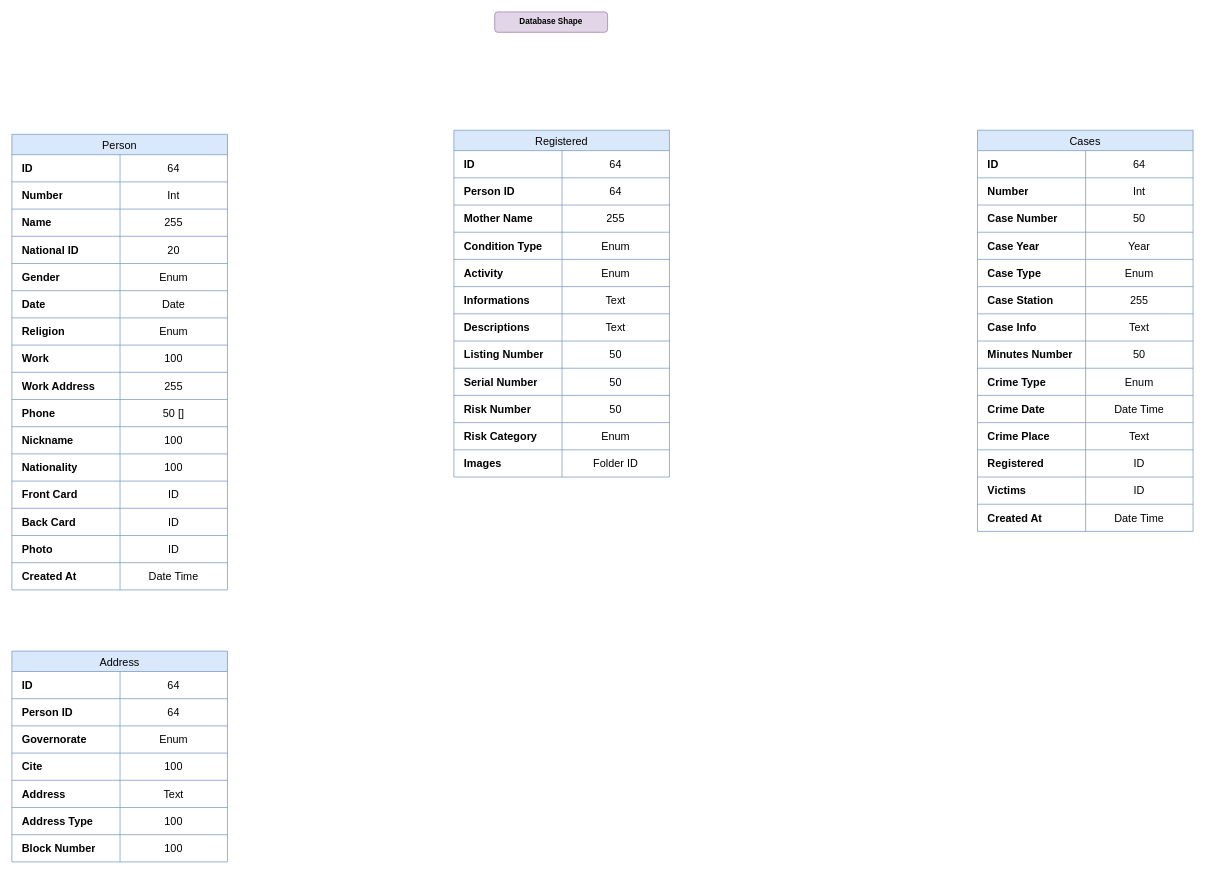
JS-Developer-HM/draft0 keeps this draw.io diagram as archive.drawio. Above is the earlier version. Source tidied: cells renumbered, new cells numbered last; positions are measured from the earlier drawing's top-left corner, leaving out a move shared by most shapes. Both pictures are drawn from the tidied source at 68%, with x=0, y=0 at pixel (12, 12).
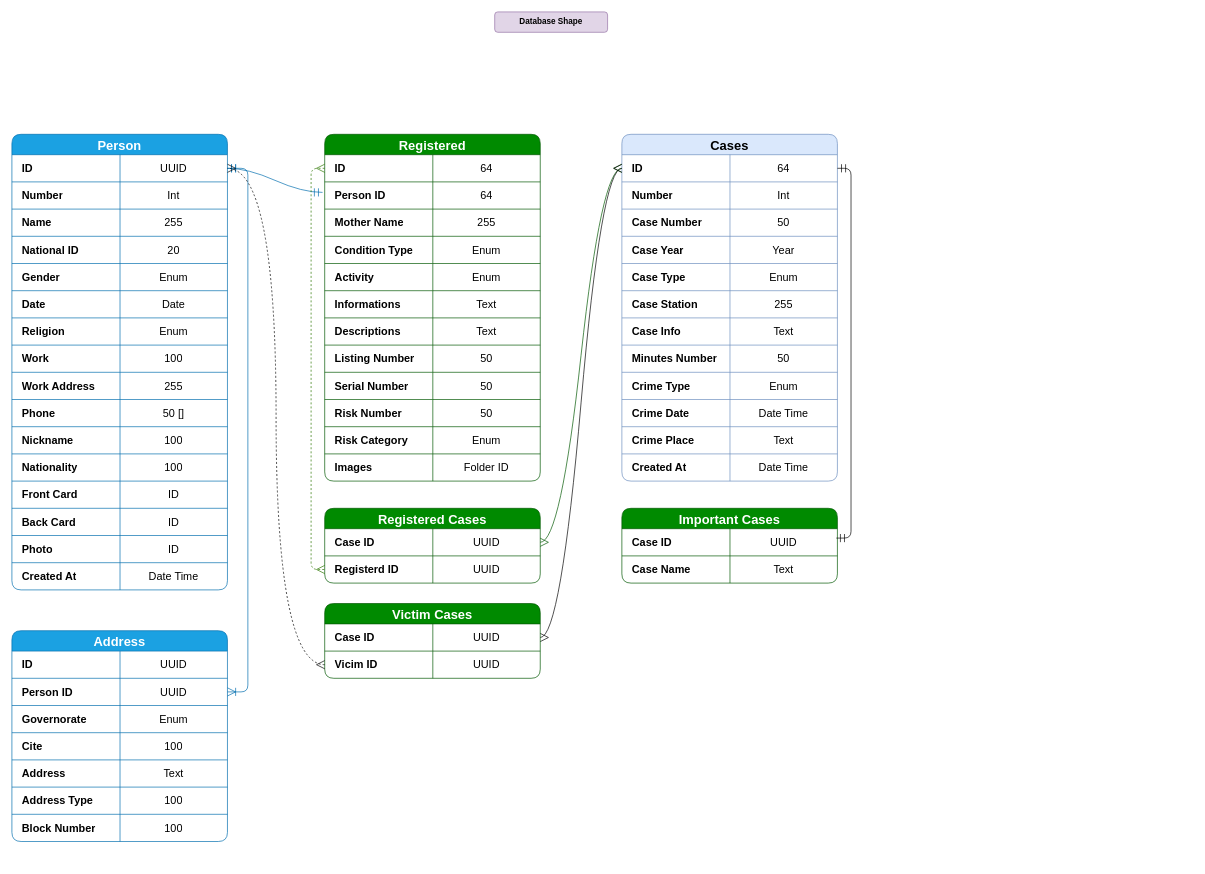
Above is the later version.

The change refers to these unchanged cells:
```xml
<mxCell id="4" style="shape=tableRow;horizontal=0;startSize=0;swimlaneHead=0;swimlaneBody=0;strokeColor=inherit;top=0;left=0;bottom=0;right=0;fillColor=none;points=[[0,0.5],[1,0.5]];portConstraint=eastwest;fontSize=16;shadow=0;" parent="3" vertex="1">
  <mxGeometry y="30" width="317" height="40" as="geometry" />
</mxCell>
<mxCell id="53" style="shape=tableRow;horizontal=0;startSize=0;swimlaneHead=0;swimlaneBody=0;strokeColor=inherit;top=0;left=0;bottom=0;right=0;fillColor=none;points=[[0,0.5],[1,0.5]];portConstraint=eastwest;fontSize=16;shadow=0;" parent="52" vertex="1">
  <mxGeometry y="30" width="317" height="40" as="geometry" />
</mxCell>
<mxCell id="56" style="shape=tableRow;horizontal=0;startSize=0;swimlaneHead=0;swimlaneBody=0;strokeColor=inherit;top=0;left=0;bottom=0;right=0;fillColor=none;points=[[0,0.5],[1,0.5]];portConstraint=eastwest;fontSize=16;shadow=0;" parent="52" vertex="1">
  <mxGeometry y="70" width="317" height="40" as="geometry" />
</mxCell>
<mxCell id="90" style="shape=tableRow;horizontal=0;startSize=0;swimlaneHead=0;swimlaneBody=0;strokeColor=inherit;top=0;left=0;bottom=0;right=0;fillColor=none;points=[[0,0.5],[1,0.5]];portConstraint=eastwest;fontSize=16;shadow=0;" parent="89" vertex="1">
  <mxGeometry y="30" width="317" height="40" as="geometry" />
</mxCell>
<mxCell id="133" style="shape=tableRow;horizontal=0;startSize=0;swimlaneHead=0;swimlaneBody=0;strokeColor=inherit;top=0;left=0;bottom=0;right=0;fillColor=none;fontSize=16;shadow=0;" parent="132" vertex="1">
  <mxGeometry y="30" width="317" height="40" as="geometry" />
</mxCell>
<mxCell id="136" style="shape=tableRow;horizontal=0;startSize=0;swimlaneHead=0;swimlaneBody=0;strokeColor=inherit;top=0;left=0;bottom=0;right=0;fillColor=none;points=[[0,0.5],[1,0.5]];portConstraint=eastwest;fontSize=16;shadow=0;" parent="132" vertex="1">
  <mxGeometry y="70" width="317" height="40" as="geometry" />
</mxCell>
```

Change to the diagram source:
```diff
@@
-    <mxCell id="3" value="Person" style="shape=table;startSize=30;childLayout=tableLayout;strokeColor=#6c8ebf;fontSize=16;fillColor=#dae8fc;" parent="1" vertex="1">
+    <mxCell id="3" value="Person" style="shape=table;startSize=30;childLayout=tableLayout;strokeColor=#006EAF;fontSize=19;fillColor=#1ba1e2;fontColor=light-dark(#FFFFFF,#FCFCFC);fontStyle=1;rounded=1;" parent="1" vertex="1">
       <mxGeometry y="180" width="317" height="670" as="geometry" />
     </mxCell>
@@
-    <mxCell id="6" value="64" style="shape=partialRectangle;html=1;whiteSpace=wrap;strokeColor=inherit;overflow=hidden;fillColor=none;top=0;left=0;bottom=0;right=0;fontSize=16;shadow=0;" parent="4" vertex="1">
+    <mxCell id="6" value="UUID" style="shape=partialRectangle;html=1;whiteSpace=wrap;strokeColor=inherit;overflow=hidden;fillColor=none;top=0;left=0;bottom=0;right=0;fontSize=16;shadow=0;" parent="4" vertex="1">
       <mxGeometry x="159" width="158" height="40" as="geometry" />
     </mxCell>
@@
-    <mxCell id="52" value="Registered" style="shape=table;startSize=30;childLayout=tableLayout;strokeColor=#6c8ebf;fontSize=16;fillColor=#dae8fc;" parent="1" vertex="1">
-      <mxGeometry x="650" y="174" width="317" height="510" as="geometry" />
+    <mxCell id="52" value="Registered" style="shape=table;startSize=30;childLayout=tableLayout;fontSize=19;fillStyle=auto;rounded=1;shadow=0;swimlaneLine=1;fillColor=#008a00;fontColor=light-dark(#FFFFFF,#FCFCFC);strokeColor=#005700;fontStyle=1;" parent="1" vertex="1">
+      <mxGeometry x="460" y="180" width="317" height="510" as="geometry" />
     </mxCell>
@@
-    <mxCell id="89" value="Cases" style="shape=table;startSize=30;childLayout=tableLayout;strokeColor=#6c8ebf;fontSize=16;fillColor=#dae8fc;" parent="1" vertex="1">
-      <mxGeometry x="1420" y="174" width="317" height="590" as="geometry" />
+    <mxCell id="89" value="Cases" style="shape=table;startSize=30;childLayout=tableLayout;strokeColor=light-dark(#6C8EBF,#FFB366);fontSize=19;fillColor=light-dark(#DAE8FC,#FFB366);rounded=1;fontStyle=1;" parent="1" vertex="1">
+      <mxGeometry x="897" y="180" width="317" height="510" as="geometry" />
     </mxCell>
@@
-    <mxCell id="123" style="shape=tableRow;horizontal=0;startSize=0;swimlaneHead=0;swimlaneBody=0;strokeColor=inherit;top=0;left=0;bottom=0;right=0;fillColor=none;fontSize=16;shadow=0;" parent="89" vertex="1">
-      <mxGeometry y="470" width="317" height="40" as="geometry" />
-    </mxCell>
-    <mxCell id="124" value="Registered" style="shape=partialRectangle;html=1;strokeColor=inherit;overflow=hidden;fillColor=none;top=0;left=0;bottom=0;right=0;fontSize=16;shadow=0;fontStyle=1;fontColor=light-dark(#000000,#CCCCFF);align=left;verticalAlign=middle;labelBackgroundColor=none;labelBorderColor=none;textShadow=0;whiteSpace=wrap;spacingTop=0;spacing=2;spacingLeft=13;" parent="123" vertex="1">
-      <mxGeometry width="159" height="40" as="geometry" />
-    </mxCell>
-    <mxCell id="125" value="ID" style="shape=partialRectangle;html=1;whiteSpace=wrap;strokeColor=inherit;overflow=hidden;fillColor=none;top=0;left=0;bottom=0;right=0;fontSize=16;shadow=0;" parent="123" vertex="1">
-      <mxGeometry x="159" width="158" height="40" as="geometry" />
-    </mxCell>
-    <mxCell id="126" style="shape=tableRow;horizontal=0;startSize=0;swimlaneHead=0;swimlaneBody=0;strokeColor=inherit;top=0;left=0;bottom=0;right=0;fillColor=none;fontSize=16;shadow=0;" parent="89" vertex="1">
-      <mxGeometry y="510" width="317" height="40" as="geometry" />
-    </mxCell>
-    <mxCell id="127" value="Victims" style="shape=partialRectangle;html=1;strokeColor=inherit;overflow=hidden;fillColor=none;top=0;left=0;bottom=0;right=0;fontSize=16;shadow=0;fontStyle=1;fontColor=light-dark(#000000,#CCCCFF);align=left;verticalAlign=middle;labelBackgroundColor=none;labelBorderColor=none;textShadow=0;whiteSpace=wrap;spacingTop=0;spacing=2;spacingLeft=13;" parent="126" vertex="1">
-      <mxGeometry width="159" height="40" as="geometry" />
-    </mxCell>
-    <mxCell id="128" value="ID" style="shape=partialRectangle;html=1;whiteSpace=wrap;strokeColor=inherit;overflow=hidden;fillColor=none;top=0;left=0;bottom=0;right=0;fontSize=16;shadow=0;" parent="126" vertex="1">
-      <mxGeometry x="159" width="158" height="40" as="geometry" />
-    </mxCell>
     <mxCell id="129" style="shape=tableRow;horizontal=0;startSize=0;swimlaneHead=0;swimlaneBody=0;strokeColor=inherit;top=0;left=0;bottom=0;right=0;fillColor=none;fontSize=16;shadow=0;" parent="89" vertex="1">
-      <mxGeometry y="550" width="317" height="40" as="geometry" />
+      <mxGeometry y="470" width="317" height="40" as="geometry" />
     </mxCell>
@@
-    <mxCell id="132" value="Address" style="shape=table;startSize=30;childLayout=tableLayout;strokeColor=#6c8ebf;fontSize=16;fillColor=#dae8fc;" parent="1" vertex="1">
-      <mxGeometry y="940" width="317" height="310" as="geometry" />
+    <mxCell id="132" value="Address" style="shape=table;startSize=30;childLayout=tableLayout;strokeColor=#006EAF;fontSize=19;fillColor=#1ba1e2;fontColor=light-dark(#FFFFFF,#FCFCFC);rounded=1;fontStyle=1;" parent="1" vertex="1">
+      <mxGeometry y="910" width="317" height="310" as="geometry" />
     </mxCell>
@@
-    <mxCell id="135" value="64" style="shape=partialRectangle;html=1;whiteSpace=wrap;strokeColor=inherit;overflow=hidden;fillColor=none;top=0;left=0;bottom=0;right=0;fontSize=16;shadow=0;" parent="133" vertex="1">
+    <mxCell id="135" value="UUID" style="shape=partialRectangle;html=1;whiteSpace=wrap;strokeColor=inherit;overflow=hidden;fillColor=none;top=0;left=0;bottom=0;right=0;fontSize=16;shadow=0;" parent="133" vertex="1">
       <mxGeometry x="159" width="158" height="40" as="geometry" />
     </mxCell>
@@
-    <mxCell id="138" value="64" style="shape=partialRectangle;html=1;whiteSpace=wrap;strokeColor=inherit;overflow=hidden;fillColor=none;top=0;left=0;bottom=0;right=0;fontSize=16;shadow=0;" parent="136" vertex="1">
+    <mxCell id="138" value="UUID" style="shape=partialRectangle;html=1;whiteSpace=wrap;strokeColor=inherit;overflow=hidden;fillColor=none;top=0;left=0;bottom=0;right=0;fontSize=16;shadow=0;" parent="136" vertex="1">
       <mxGeometry x="159" width="158" height="40" as="geometry" />
     </mxCell>
@@
+    <mxCell id="154" style="edgeStyle=entityRelationEdgeStyle;fontSize=12;html=1;endArrow=ERoneToMany;startArrow=ERmandOne;rounded=1;entryX=1;entryY=0.5;entryDx=0;entryDy=0;endSize=10;startSize=10;curved=0;fillColor=#1ba1e2;strokeColor=#006EAF;" parent="1" edge="1" source="4" target="136">
+      <mxGeometry relative="1" as="geometry" />
+    </mxCell>
+    <mxCell id="155" style="edgeStyle=entityRelationEdgeStyle;fontSize=12;html=1;endArrow=ERmandOne;startArrow=ERmandOne;rounded=0;entryX=-0.01;entryY=0.386;entryDx=0;entryDy=0;entryPerimeter=0;endSize=10;startSize=10;curved=1;fillColor=#1ba1e2;strokeColor=#006EAF;" parent="1" edge="1" source="4" target="56">
+      <mxGeometry relative="1" as="geometry">
+        <Array as="points">
+          <mxPoint x="380" y="140" />
+        </Array>
+      </mxGeometry>
+    </mxCell>
+    <mxCell id="156" value="Registered Cases" style="shape=table;startSize=30;childLayout=tableLayout;strokeColor=#005700;fontSize=19;fillColor=#008a00;fontColor=light-dark(#FFFFFF,#FCFCFC);rounded=1;fontStyle=1;" parent="1" vertex="1">
+      <mxGeometry x="460" y="730" width="317" height="110" as="geometry" />
+    </mxCell>
+    <mxCell id="157" style="shape=tableRow;horizontal=0;startSize=0;swimlaneHead=0;swimlaneBody=0;strokeColor=inherit;top=0;left=0;bottom=0;right=0;fillColor=none;points=[[0,0.5],[1,0.5]];portConstraint=eastwest;fontSize=16;shadow=0;" parent="156" vertex="1">
+      <mxGeometry y="30" width="317" height="40" as="geometry" />
+    </mxCell>
+    <mxCell id="158" value="&lt;span style=&quot;&quot;&gt;&lt;span&gt;Case ID&lt;/span&gt;&lt;/span&gt;" style="shape=partialRectangle;html=1;strokeColor=inherit;overflow=hidden;fillColor=none;top=0;left=0;bottom=0;right=0;fontSize=16;shadow=0;fontStyle=1;fontColor=light-dark(#000000,#CCCCFF);align=left;verticalAlign=middle;labelBackgroundColor=none;labelBorderColor=none;textShadow=0;whiteSpace=wrap;spacingTop=0;spacing=2;spacingLeft=13;" parent="157" vertex="1">
+      <mxGeometry width="159" height="40" as="geometry" />
+    </mxCell>
+    <mxCell id="159" value="UUID" style="shape=partialRectangle;html=1;whiteSpace=wrap;strokeColor=inherit;overflow=hidden;fillColor=none;top=0;left=0;bottom=0;right=0;fontSize=16;shadow=0;" parent="157" vertex="1">
+      <mxGeometry x="159" width="158" height="40" as="geometry" />
+    </mxCell>
+    <mxCell id="160" style="shape=tableRow;horizontal=0;startSize=0;swimlaneHead=0;swimlaneBody=0;strokeColor=inherit;top=0;left=0;bottom=0;right=0;fillColor=none;points=[[0,0.5],[1,0.5]];portConstraint=eastwest;fontSize=16;shadow=0;" parent="156" vertex="1">
+      <mxGeometry y="70" width="317" height="40" as="geometry" />
+    </mxCell>
+    <mxCell id="161" value="Registerd ID" style="shape=partialRectangle;html=1;strokeColor=inherit;overflow=hidden;fillColor=none;top=0;left=0;bottom=0;right=0;fontSize=16;shadow=0;fontStyle=1;fontColor=light-dark(#000000,#CCCCFF);align=left;verticalAlign=middle;labelBackgroundColor=none;labelBorderColor=none;textShadow=0;whiteSpace=wrap;spacingTop=0;spacing=2;spacingLeft=13;" parent="160" vertex="1">
+      <mxGeometry width="159" height="40" as="geometry" />
+    </mxCell>
+    <mxCell id="162" value="UUID" style="shape=partialRectangle;html=1;whiteSpace=wrap;strokeColor=inherit;overflow=hidden;fillColor=none;top=0;left=0;bottom=0;right=0;fontSize=16;shadow=0;" parent="160" vertex="1">
+      <mxGeometry x="159" width="158" height="40" as="geometry" />
+    </mxCell>
+    <mxCell id="163" style="edgeStyle=entityRelationEdgeStyle;fontSize=12;html=1;endArrow=ERmany;startArrow=ERmany;rounded=0;exitX=1;exitY=0.5;exitDx=0;exitDy=0;endSize=10;startSize=10;curved=1;fillColor=#008a00;strokeColor=light-dark(#005700,#FFB366);" parent="1" edge="1" source="157" target="90">
+      <mxGeometry relative="1" as="geometry">
+        <Array as="points">
+          <mxPoint x="920" y="850" />
+          <mxPoint x="720" y="510" />
+        </Array>
+      </mxGeometry>
+    </mxCell>
+    <mxCell id="164" style="edgeStyle=entityRelationEdgeStyle;fontSize=12;html=1;endArrow=ERmany;startArrow=ERmany;rounded=0;endSize=10;startSize=10;curved=1;exitX=1;exitY=0.5;exitDx=0;exitDy=0;strokeColor=light-dark(#000000,#FFB366);" parent="1" edge="1" source="167" target="90">
+      <mxGeometry relative="1" as="geometry">
+        <Array as="points">
+          <mxPoint x="930" y="860" />
+          <mxPoint x="730" y="520" />
+        </Array>
+      </mxGeometry>
+    </mxCell>
+    <mxCell id="165" style="edgeStyle=orthogonalEdgeStyle;rounded=1;jettySize=auto;html=1;exitX=0;exitY=0.5;exitDx=0;exitDy=0;entryX=0;entryY=0.5;entryDx=0;entryDy=0;endArrow=ERmany;endFill=0;startArrow=ERmany;startFill=0;endSize=10;startSize=10;fillColor=#60a917;strokeColor=#2D7600;curved=0;dashed=1;" parent="1" edge="1" source="53" target="160">
+      <mxGeometry relative="1" as="geometry" />
+    </mxCell>
+    <mxCell id="166" value="Victim Cases" style="shape=table;startSize=30;childLayout=tableLayout;strokeColor=light-dark(#005700,#FF6666);fontSize=19;fillColor=light-dark(#008A00,#FF6666);fontColor=light-dark(#FFFFFF,#FCFCFC);rounded=1;fontStyle=1;" parent="1" vertex="1">
+      <mxGeometry x="460" y="870" width="317" height="110" as="geometry" />
+    </mxCell>
+    <mxCell id="167" style="shape=tableRow;horizontal=0;startSize=0;swimlaneHead=0;swimlaneBody=0;strokeColor=inherit;top=0;left=0;bottom=0;right=0;fillColor=none;points=[[0,0.5],[1,0.5]];portConstraint=eastwest;fontSize=16;shadow=0;" parent="166" vertex="1">
+      <mxGeometry y="30" width="317" height="40" as="geometry" />
+    </mxCell>
+    <mxCell id="168" value="&lt;span style=&quot;&quot;&gt;&lt;span&gt;Case ID&lt;/span&gt;&lt;/span&gt;" style="shape=partialRectangle;html=1;strokeColor=inherit;overflow=hidden;fillColor=none;top=0;left=0;bottom=0;right=0;fontSize=16;shadow=0;fontStyle=1;fontColor=light-dark(#000000,#CCCCFF);align=left;verticalAlign=middle;labelBackgroundColor=none;labelBorderColor=none;textShadow=0;whiteSpace=wrap;spacingTop=0;spacing=2;spacingLeft=13;" parent="167" vertex="1">
+      <mxGeometry width="159" height="40" as="geometry" />
+    </mxCell>
+    <mxCell id="169" value="UUID" style="shape=partialRectangle;html=1;whiteSpace=wrap;strokeColor=inherit;overflow=hidden;fillColor=none;top=0;left=0;bottom=0;right=0;fontSize=16;shadow=0;" parent="167" vertex="1">
+      <mxGeometry x="159" width="158" height="40" as="geometry" />
+    </mxCell>
+    <mxCell id="170" style="shape=tableRow;horizontal=0;startSize=0;swimlaneHead=0;swimlaneBody=0;strokeColor=inherit;top=0;left=0;bottom=0;right=0;fillColor=none;points=[[0,0.5],[1,0.5]];portConstraint=eastwest;fontSize=16;shadow=0;" parent="166" vertex="1">
+      <mxGeometry y="70" width="317" height="40" as="geometry" />
+    </mxCell>
+    <mxCell id="171" value="Vicim ID" style="shape=partialRectangle;html=1;strokeColor=inherit;overflow=hidden;fillColor=none;top=0;left=0;bottom=0;right=0;fontSize=16;shadow=0;fontStyle=1;fontColor=light-dark(#000000,#CCCCFF);align=left;verticalAlign=middle;labelBackgroundColor=none;labelBorderColor=none;textShadow=0;whiteSpace=wrap;spacingTop=0;spacing=2;spacingLeft=13;" parent="170" vertex="1">
+      <mxGeometry width="159" height="40" as="geometry" />
+    </mxCell>
+    <mxCell id="172" value="UUID" style="shape=partialRectangle;html=1;whiteSpace=wrap;strokeColor=inherit;overflow=hidden;fillColor=none;top=0;left=0;bottom=0;right=0;fontSize=16;shadow=0;" parent="170" vertex="1">
+      <mxGeometry x="159" width="158" height="40" as="geometry" />
+    </mxCell>
+    <mxCell id="173" style="edgeStyle=orthogonalEdgeStyle;rounded=0;jettySize=auto;html=1;exitX=0;exitY=0.5;exitDx=0;exitDy=0;entryX=1;entryY=0.5;entryDx=0;entryDy=0;curved=1;strokeColor=light-dark(#000000,#FF6666);endArrow=ERmany;endFill=0;startArrow=ERmany;startFill=0;endSize=10;startSize=10;dashed=1;" parent="1" edge="1" source="170" target="4">
+      <mxGeometry relative="1" as="geometry" />
+    </mxCell>
+    <mxCell id="174" value="Important Cases" style="shape=table;startSize=30;childLayout=tableLayout;strokeColor=#005700;fontSize=19;fillColor=#008a00;fontColor=light-dark(#FFFFFF,#FCFCFC);rounded=1;fontStyle=1;" parent="1" vertex="1">
+      <mxGeometry x="897" y="730" width="317" height="110" as="geometry" />
+    </mxCell>
+    <mxCell id="175" style="shape=tableRow;horizontal=0;startSize=0;swimlaneHead=0;swimlaneBody=0;strokeColor=inherit;top=0;left=0;bottom=0;right=0;fillColor=none;points=[[0,0.5],[1,0.5]];portConstraint=eastwest;fontSize=16;shadow=0;" parent="174" vertex="1">
+      <mxGeometry y="30" width="317" height="40" as="geometry" />
+    </mxCell>
+    <mxCell id="176" value="&lt;span style=&quot;&quot;&gt;&lt;span&gt;Case ID&lt;/span&gt;&lt;/span&gt;" style="shape=partialRectangle;html=1;strokeColor=inherit;overflow=hidden;fillColor=none;top=0;left=0;bottom=0;right=0;fontSize=16;shadow=0;fontStyle=1;fontColor=light-dark(#000000,#CCCCFF);align=left;verticalAlign=middle;labelBackgroundColor=none;labelBorderColor=none;textShadow=0;whiteSpace=wrap;spacingTop=0;spacing=2;spacingLeft=13;" parent="175" vertex="1">
+      <mxGeometry width="159" height="40" as="geometry" />
+    </mxCell>
+    <mxCell id="177" value="UUID" style="shape=partialRectangle;html=1;whiteSpace=wrap;strokeColor=inherit;overflow=hidden;fillColor=none;top=0;left=0;bottom=0;right=0;fontSize=16;shadow=0;" parent="175" vertex="1">
+      <mxGeometry x="159" width="158" height="40" as="geometry" />
+    </mxCell>
+    <mxCell id="178" style="shape=tableRow;horizontal=0;startSize=0;swimlaneHead=0;swimlaneBody=0;strokeColor=inherit;top=0;left=0;bottom=0;right=0;fillColor=none;fontSize=16;shadow=0;" parent="174" vertex="1">
+      <mxGeometry y="70" width="317" height="40" as="geometry" />
+    </mxCell>
+    <mxCell id="179" value="Case Name" style="shape=partialRectangle;html=1;strokeColor=inherit;overflow=hidden;fillColor=none;top=0;left=0;bottom=0;right=0;fontSize=16;shadow=0;fontStyle=1;fontColor=light-dark(#000000,#CCCCFF);align=left;verticalAlign=middle;labelBackgroundColor=none;labelBorderColor=none;textShadow=0;whiteSpace=wrap;spacingTop=0;spacing=2;spacingLeft=13;" parent="178" vertex="1">
+      <mxGeometry width="159" height="40" as="geometry" />
+    </mxCell>
+    <mxCell id="180" value="Text" style="shape=partialRectangle;html=1;whiteSpace=wrap;strokeColor=inherit;overflow=hidden;fillColor=none;top=0;left=0;bottom=0;right=0;fontSize=16;shadow=0;" parent="178" vertex="1">
+      <mxGeometry x="159" width="158" height="40" as="geometry" />
+    </mxCell>
+    <mxCell id="181" style="edgeStyle=orthogonalEdgeStyle;rounded=1;jettySize=auto;html=1;exitX=1;exitY=0.5;exitDx=0;exitDy=0;entryX=0.995;entryY=0.345;entryDx=0;entryDy=0;curved=0;strokeColor=light-dark(#000000,#FFB366);endArrow=ERmandOne;endFill=0;startArrow=ERmandOne;startFill=0;endSize=10;startSize=10;entryPerimeter=0;" parent="1" edge="1" source="90" target="175">
+      <mxGeometry relative="1" as="geometry">
+        <Array as="points">
+          <mxPoint x="1234" y="230" />
+          <mxPoint x="1234" y="774" />
+        </Array>
+      </mxGeometry>
+    </mxCell>
```
